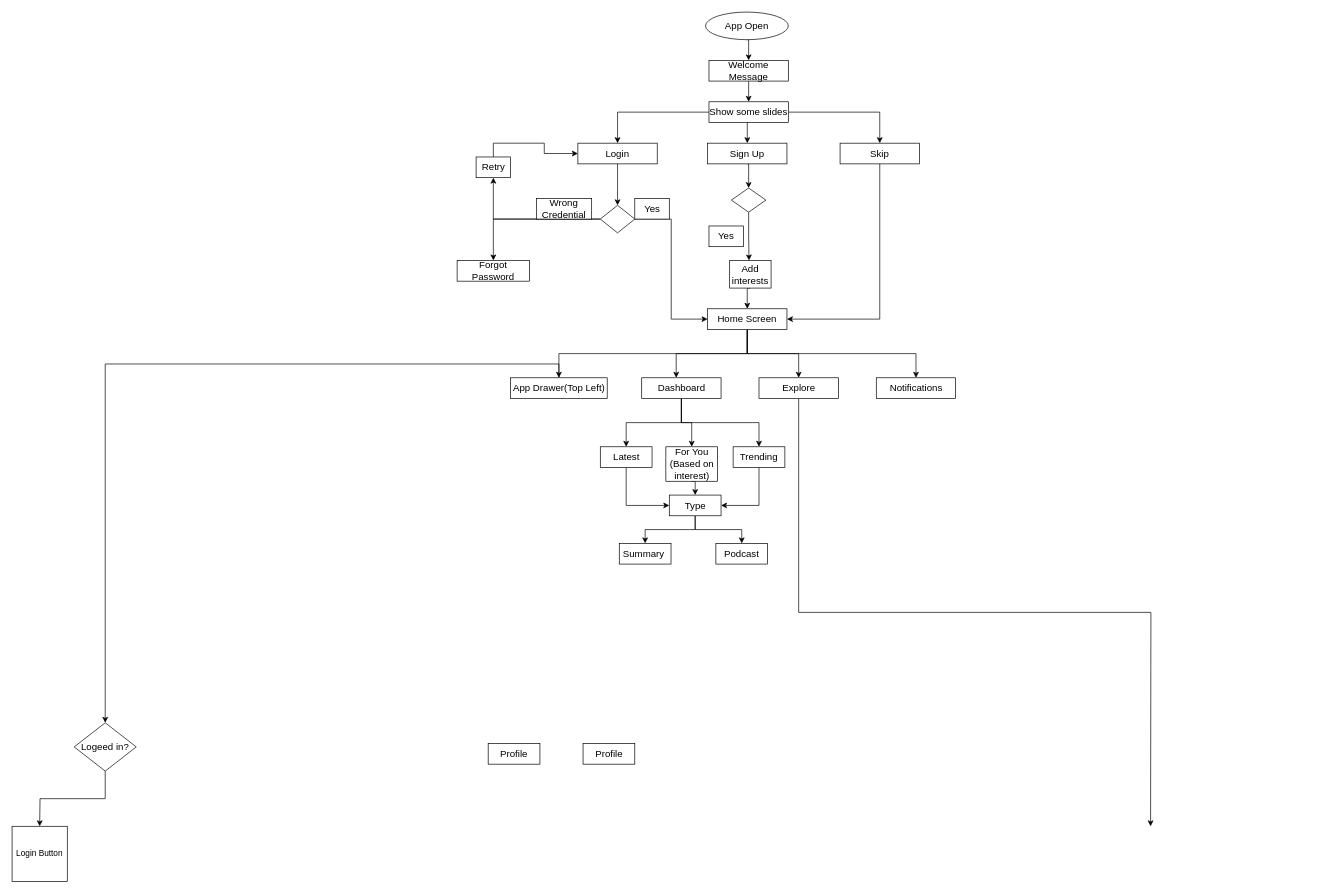
This is BookJuice.drawio from showkat2203/bookJuice, a draw.io file, before an edit. Source tidied: cells renumbered, new cells numbered last; positions are measured from the earlier drawing's top-left corner, leaving out a move shared by most shapes. Both pictures are drawn from the tidied source at 69%, with x=0, y=0 at pixel (12, 12).
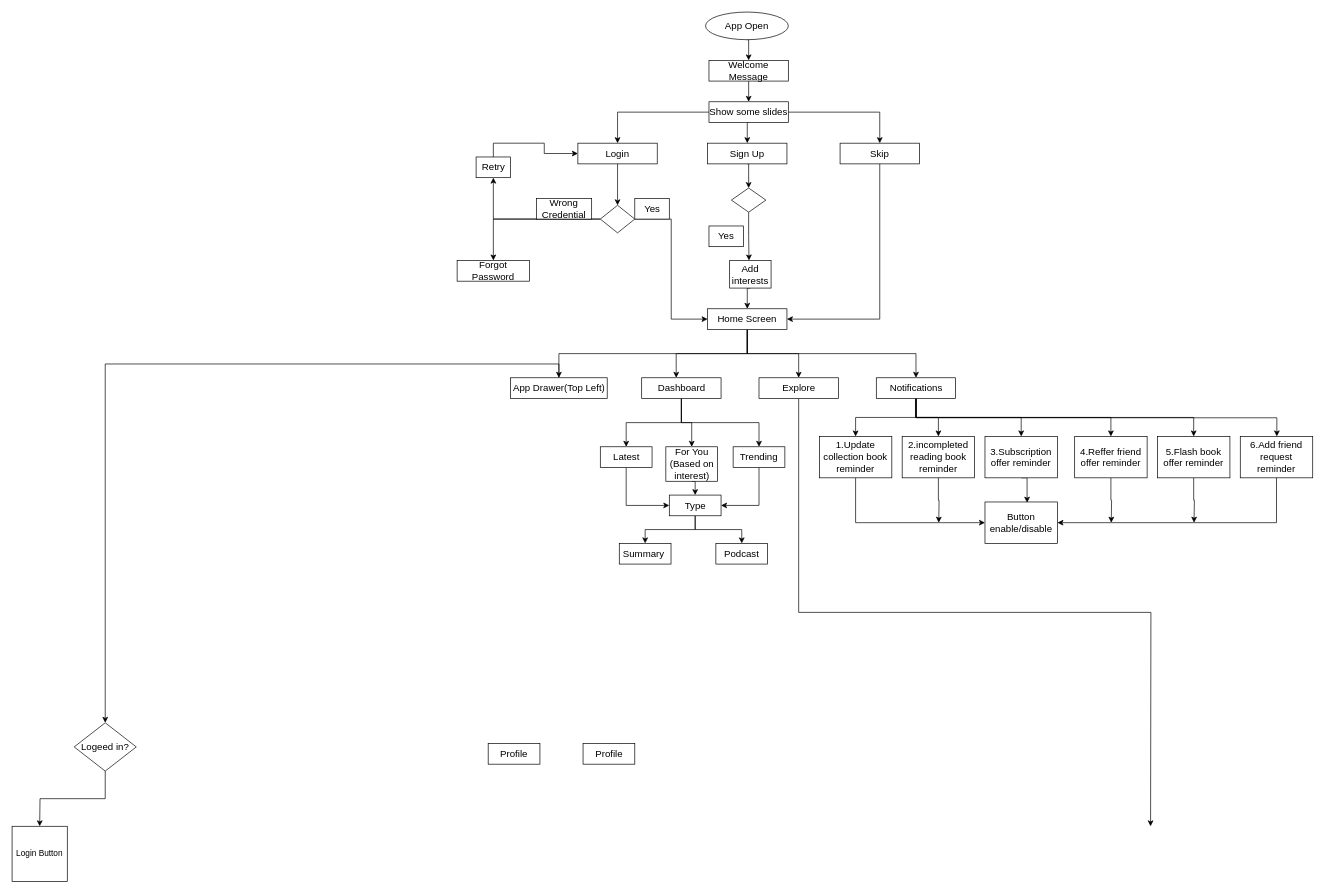
After the change.

Unchanged cells that the change refers to:
```xml
<mxCell id="33" value="Notifications" style="rounded=0;whiteSpace=wrap;html=1;fontSize=14;" parent="1" vertex="1">
  <mxGeometry x="1252.5" y="530" width="115" height="30" as="geometry" />
</mxCell>
```

Diff of the diagram source:
```diff
@@
+    <mxCell id="60" style="edgeStyle=orthogonalEdgeStyle;rounded=0;jettySize=auto;html=1;exitX=0.5;exitY=1;exitDx=0;exitDy=0;" parent="1" edge="1" source="33" target="77">
+      <mxGeometry relative="1" as="geometry">
+        <Array as="points">
+          <mxPoint x="1310" y="588" />
+          <mxPoint x="1833" y="588" />
+        </Array>
+      </mxGeometry>
+    </mxCell>
+    <mxCell id="61" style="edgeStyle=orthogonalEdgeStyle;rounded=0;jettySize=auto;html=1;exitX=0.5;exitY=1;exitDx=0;exitDy=0;entryX=0.5;entryY=0;entryDx=0;entryDy=0;" parent="1" edge="1" source="33" target="67">
+      <mxGeometry relative="1" as="geometry" />
+    </mxCell>
+    <mxCell id="62" style="edgeStyle=orthogonalEdgeStyle;rounded=0;jettySize=auto;html=1;exitX=0.5;exitY=1;exitDx=0;exitDy=0;" parent="1" edge="1" source="33" target="69">
+      <mxGeometry relative="1" as="geometry" />
+    </mxCell>
+    <mxCell id="63" style="edgeStyle=orthogonalEdgeStyle;rounded=0;jettySize=auto;html=1;exitX=0.5;exitY=1;exitDx=0;exitDy=0;" parent="1" edge="1" source="33" target="71">
+      <mxGeometry relative="1" as="geometry" />
+    </mxCell>
+    <mxCell id="64" style="edgeStyle=orthogonalEdgeStyle;rounded=0;jettySize=auto;html=1;exitX=0.5;exitY=1;exitDx=0;exitDy=0;entryX=0.5;entryY=0;entryDx=0;entryDy=0;" parent="1" edge="1" source="33" target="73">
+      <mxGeometry relative="1" as="geometry" />
+    </mxCell>
+    <mxCell id="65" style="edgeStyle=orthogonalEdgeStyle;rounded=0;jettySize=auto;html=1;exitX=0.5;exitY=1;exitDx=0;exitDy=0;" parent="1" edge="1" source="33" target="75">
+      <mxGeometry relative="1" as="geometry" />
+    </mxCell>
@@
+    <mxCell id="66" style="edgeStyle=orthogonalEdgeStyle;rounded=0;jettySize=auto;html=1;exitX=0.5;exitY=1;exitDx=0;exitDy=0;entryX=0;entryY=0.5;entryDx=0;entryDy=0;" parent="1" edge="1" source="67" target="78">
+      <mxGeometry relative="1" as="geometry" />
+    </mxCell>
+    <mxCell id="67" value="1.Update collection book reminder" style="rounded=0;whiteSpace=wrap;html=1;fontSize=14;" parent="1" vertex="1">
+      <mxGeometry x="1170" y="615" width="105" height="60" as="geometry" />
+    </mxCell>
+    <mxCell id="68" style="edgeStyle=orthogonalEdgeStyle;rounded=0;jettySize=auto;html=1;exitX=0.5;exitY=1;exitDx=0;exitDy=0;" parent="1" edge="1" source="69">
+      <mxGeometry relative="1" as="geometry">
+        <mxPoint x="1343" y="740" as="targetPoint" />
+      </mxGeometry>
+    </mxCell>
+    <mxCell id="69" value="2.incompleted reading book reminder" style="rounded=0;whiteSpace=wrap;html=1;fontSize=14;" parent="1" vertex="1">
+      <mxGeometry x="1290" y="615" width="105" height="60" as="geometry" />
+    </mxCell>
+    <mxCell id="70" style="edgeStyle=orthogonalEdgeStyle;rounded=0;jettySize=auto;html=1;exitX=0.5;exitY=1;exitDx=0;exitDy=0;entryX=0.581;entryY=0.017;entryDx=0;entryDy=0;entryPerimeter=0;" parent="1" edge="1" source="71" target="78">
+      <mxGeometry relative="1" as="geometry" />
+    </mxCell>
+    <mxCell id="71" value="3.Subscription offer reminder" style="rounded=0;whiteSpace=wrap;html=1;fontSize=14;" parent="1" vertex="1">
+      <mxGeometry x="1410" y="615" width="105" height="60" as="geometry" />
+    </mxCell>
+    <mxCell id="72" style="edgeStyle=orthogonalEdgeStyle;rounded=0;jettySize=auto;html=1;exitX=0.5;exitY=1;exitDx=0;exitDy=0;" parent="1" edge="1" source="73">
+      <mxGeometry relative="1" as="geometry">
+        <mxPoint x="1593" y="740" as="targetPoint" />
+      </mxGeometry>
+    </mxCell>
+    <mxCell id="73" value="4.Reffer friend offer reminder" style="rounded=0;whiteSpace=wrap;html=1;fontSize=14;" parent="1" vertex="1">
+      <mxGeometry x="1540" y="615" width="105" height="60" as="geometry" />
+    </mxCell>
+    <mxCell id="74" style="edgeStyle=orthogonalEdgeStyle;rounded=0;jettySize=auto;html=1;exitX=0.5;exitY=1;exitDx=0;exitDy=0;" parent="1" edge="1" source="75">
+      <mxGeometry relative="1" as="geometry">
+        <mxPoint x="1713" y="740" as="targetPoint" />
+      </mxGeometry>
+    </mxCell>
+    <mxCell id="75" value="5.Flash book offer reminder" style="rounded=0;whiteSpace=wrap;html=1;fontSize=14;" parent="1" vertex="1">
+      <mxGeometry x="1660" y="615" width="105" height="60" as="geometry" />
+    </mxCell>
+    <mxCell id="76" style="edgeStyle=orthogonalEdgeStyle;rounded=0;jettySize=auto;html=1;exitX=0.5;exitY=1;exitDx=0;exitDy=0;entryX=1;entryY=0.5;entryDx=0;entryDy=0;" parent="1" edge="1" source="77" target="78">
+      <mxGeometry relative="1" as="geometry" />
+    </mxCell>
+    <mxCell id="77" value="6.Add friend request reminder" style="rounded=0;whiteSpace=wrap;html=1;fontSize=14;" parent="1" vertex="1">
+      <mxGeometry x="1780" y="615" width="105" height="60" as="geometry" />
+    </mxCell>
+    <mxCell id="78" value="Button&lt;br&gt;enable/disable" style="rounded=0;whiteSpace=wrap;html=1;fontSize=14;" parent="1" vertex="1">
+      <mxGeometry x="1410" y="710" width="105" height="60" as="geometry" />
+    </mxCell>
```
